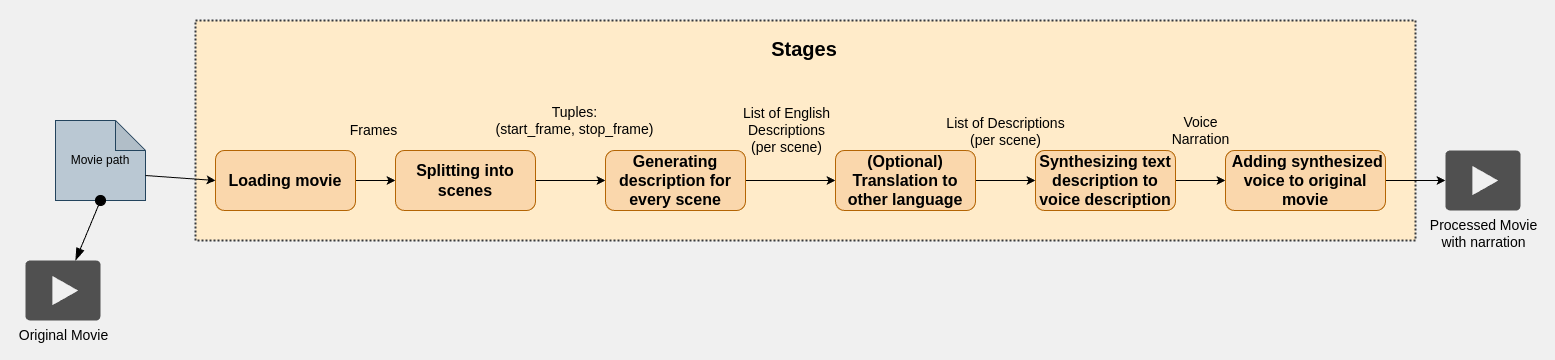
This is doc/img/Dataflow_Stages.png from BJankow/hackster.io-AI-video-narration-for-visually-impaired, a draw.io export, as it was before one commit. Source tidied: cells renumbered, new cells last; positions are measured from the earlier drawing's top-left corner, leaving out a move shared by most shapes.
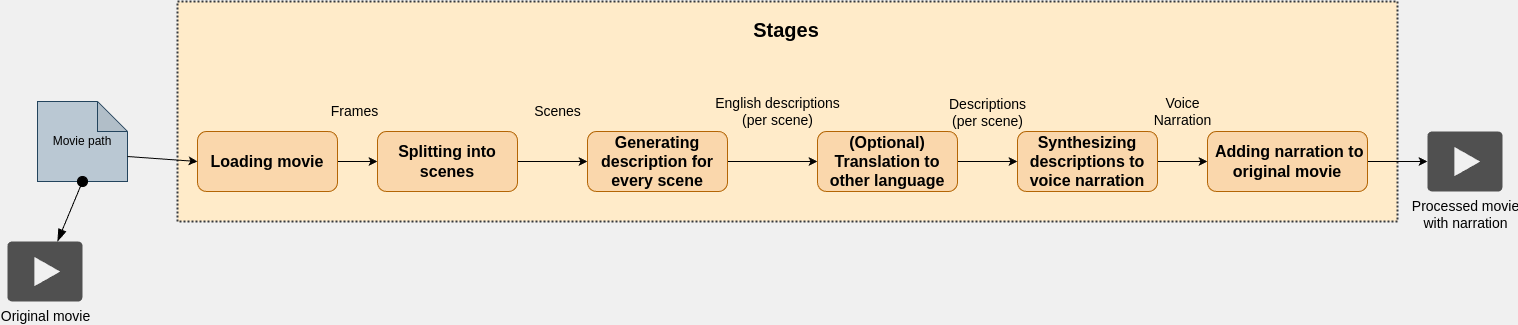
The same file after the commit.

Change to the diagram source:
```diff
@@ -19,14 +19,14 @@
     <mxCell id="6" style="rounded=0;jettySize=auto;html=1;entryX=0;entryY=0;entryDx=90;entryDy=55;entryPerimeter=0;endArrow=none;endFill=0;exitX=0;exitY=0.5;exitDx=0;exitDy=0;startArrow=classic;startFill=1;" parent="1" edge="1" source="4" target="5">
       <mxGeometry relative="1" as="geometry" />
     </mxCell>
-    <mxCell id="7" value="&lt;span style=&quot;font-size: 14px;&quot;&gt;Tuples:&lt;br&gt;(start_frame, stop_frame)&lt;/span&gt;" style="edgeStyle=orthogonalEdgeStyle;rounded=0;jettySize=auto;html=1;labelBackgroundColor=#FFEBC9;" parent="1" edge="1" source="8" target="10">
-      <mxGeometry x="0.11" y="60" relative="1" as="geometry" />
+    <mxCell id="7" value="&lt;div&gt;&lt;span style=&quot;font-size: 14px;&quot;&gt;Scenes&lt;/span&gt;&lt;/div&gt;" style="edgeStyle=orthogonalEdgeStyle;rounded=0;jettySize=auto;html=1;labelBackgroundColor=#FFEBC9;" parent="1" edge="1" source="8" target="10">
+      <mxGeometry x="0.14" y="50" relative="1" as="geometry" />
     </mxCell>
     <mxCell id="8" value="&lt;font style=&quot;font-size: 16px;&quot;&gt;&lt;b&gt;Splitting into scenes&lt;/b&gt;&lt;/font&gt;" style="rounded=1;whiteSpace=wrap;html=1;fillColor=#fad7ac;strokeColor=#b46504;" parent="1" vertex="1">
       <mxGeometry x="395" y="150" width="140" height="60" as="geometry" />
     </mxCell>
-    <mxCell id="9" value="&lt;div&gt;&lt;font style=&quot;font-size: 14px;&quot;&gt;List of English&lt;/font&gt;&lt;/div&gt;&lt;font style=&quot;font-size: 14px;&quot;&gt;Descriptions&lt;/font&gt;&lt;div&gt;&lt;font style=&quot;font-size: 14px;&quot;&gt;(per scene)&lt;/font&gt;&lt;/div&gt;" style="edgeStyle=orthogonalEdgeStyle;rounded=0;jettySize=auto;html=1;labelBackgroundColor=#FFEBC9;entryX=0;entryY=0.5;entryDx=0;entryDy=0;" parent="1" edge="1" source="10" target="19">
-      <mxGeometry x="-0.09" y="50" relative="1" as="geometry" />
+    <mxCell id="9" value="&lt;div&gt;&lt;font style=&quot;font-size: 14px;&quot;&gt;English d&lt;/font&gt;&lt;span style=&quot;font-size: 14px;&quot;&gt;escriptions&lt;/span&gt;&lt;/div&gt;&lt;div&gt;&lt;font style=&quot;font-size: 14px;&quot;&gt;(per scene)&lt;/font&gt;&lt;/div&gt;" style="edgeStyle=orthogonalEdgeStyle;rounded=0;jettySize=auto;html=1;labelBackgroundColor=#FFEBC9;entryX=0;entryY=0.5;entryDx=0;entryDy=0;" parent="1" edge="1" source="10" target="19">
+      <mxGeometry x="0.11" y="50" relative="1" as="geometry" />
     </mxCell>
     <mxCell id="10" value="&lt;font style=&quot;font-size: 16px;&quot;&gt;&lt;b&gt;Generating description for every scene&lt;/b&gt;&lt;/font&gt;" style="rounded=1;whiteSpace=wrap;html=1;fillColor=#fad7ac;strokeColor=#b46504;" parent="1" vertex="1">
       <mxGeometry x="605" y="150" width="140" height="60" as="geometry" />
@@ -34,16 +34,16 @@
     <mxCell id="11" value="&lt;div&gt;&lt;span style=&quot;font-size: 14px;&quot;&gt;Voice&lt;/span&gt;&lt;span style=&quot;font-size: 14px;&quot;&gt;&lt;br&gt;&lt;/span&gt;&lt;/div&gt;&lt;span style=&quot;font-size: 14px;&quot;&gt;Narration&lt;/span&gt;" style="edgeStyle=orthogonalEdgeStyle;rounded=0;jettySize=auto;html=1;labelBackgroundColor=#FFEBC9;exitX=1;exitY=0.5;exitDx=0;exitDy=0;" parent="1" edge="1" source="12" target="14">
       <mxGeometry y="50" relative="1" as="geometry" />
     </mxCell>
-    <mxCell id="12" value="&lt;font style=&quot;font-size: 16px;&quot;&gt;&lt;b&gt;Synthesizing text description to voice&amp;nbsp;&lt;/b&gt;&lt;/font&gt;&lt;b style=&quot;font-size: 16px;&quot;&gt;description&lt;/b&gt;" style="rounded=1;whiteSpace=wrap;html=1;fillColor=#fad7ac;strokeColor=#b46504;" parent="1" vertex="1">
+    <mxCell id="12" value="&lt;font style=&quot;font-size: 16px;&quot;&gt;&lt;b&gt;Synthesizing descriptions to voice narration&lt;/b&gt;&lt;/font&gt;" style="rounded=1;whiteSpace=wrap;html=1;fillColor=#fad7ac;strokeColor=#b46504;" parent="1" vertex="1">
       <mxGeometry x="1035" y="150" width="140" height="60" as="geometry" />
     </mxCell>
     <mxCell id="13" style="edgeStyle=orthogonalEdgeStyle;rounded=0;jettySize=auto;html=1;exitX=1;exitY=0.5;exitDx=0;exitDy=0;" parent="1" edge="1" source="14" target="15">
       <mxGeometry relative="1" as="geometry" />
     </mxCell>
-    <mxCell id="14" value="&lt;b&gt;&lt;font style=&quot;font-size: 16px;&quot;&gt;&amp;nbsp;Adding synthesized voice to original movie&lt;/font&gt;&lt;/b&gt;" style="rounded=1;whiteSpace=wrap;html=1;fillColor=#fad7ac;strokeColor=#b46504;" parent="1" vertex="1">
+    <mxCell id="14" value="&lt;b&gt;&lt;font style=&quot;font-size: 16px;&quot;&gt;&amp;nbsp;Adding narration to original movie&lt;/font&gt;&lt;/b&gt;" style="rounded=1;whiteSpace=wrap;html=1;fillColor=#fad7ac;strokeColor=#b46504;" parent="1" vertex="1">
       <mxGeometry x="1225" y="150" width="160" height="60" as="geometry" />
     </mxCell>
-    <mxCell id="15" value="&lt;font style=&quot;font-size: 14px;&quot;&gt;Processed Movie&lt;/font&gt;&lt;div&gt;&lt;font style=&quot;font-size: 14px;&quot;&gt;with narration&lt;/font&gt;&lt;/div&gt;" style="sketch=0;shadow=0;dashed=0;html=1;strokeColor=none;fillColor=#505050;labelPosition=center;verticalLabelPosition=bottom;verticalAlign=top;outlineConnect=0;align=center;shape=mxgraph.office.concepts.video_play;" parent="1" vertex="1">
+    <mxCell id="15" value="&lt;font style=&quot;font-size: 14px;&quot;&gt;Processed movie&lt;/font&gt;&lt;div&gt;&lt;font style=&quot;font-size: 14px;&quot;&gt;with narration&lt;/font&gt;&lt;/div&gt;" style="sketch=0;shadow=0;dashed=0;html=1;strokeColor=none;fillColor=#505050;labelPosition=center;verticalLabelPosition=bottom;verticalAlign=top;outlineConnect=0;align=center;shape=mxgraph.office.concepts.video_play;" parent="1" vertex="1">
       <mxGeometry x="1445" y="150" width="75" height="60" as="geometry" />
     </mxCell>
     <mxCell id="16" style="rounded=0;jettySize=auto;html=1;exitX=0.5;exitY=1;exitDx=0;exitDy=0;exitPerimeter=0;startArrow=oval;startFill=1;endArrow=blockThin;endFill=1;endSize=10;startSize=10;" parent="1" edge="1" source="5" target="20">
@@ -52,7 +52,7 @@
     <mxCell id="17" style="edgeStyle=orthogonalEdgeStyle;rounded=0;jettySize=auto;html=1;exitX=1;exitY=0.5;exitDx=0;exitDy=0;entryX=0;entryY=0.5;entryDx=0;entryDy=0;" parent="1" edge="1" source="19" target="12">
       <mxGeometry relative="1" as="geometry" />
     </mxCell>
-    <mxCell id="18" value="&lt;font style=&quot;font-size: 14px;&quot;&gt;List of Descriptions&lt;/font&gt;&lt;div style=&quot;font-size: 14px;&quot;&gt;&lt;font style=&quot;font-size: 14px;&quot;&gt;(per scene)&lt;/font&gt;&lt;/div&gt;" style="edgeLabel;html=1;align=center;verticalAlign=middle;labelBackgroundColor=#FFEBC9;" parent="17" vertex="1">
+    <mxCell id="18" value="&lt;font style=&quot;font-size: 14px;&quot;&gt;Descriptions&lt;/font&gt;&lt;div style=&quot;font-size: 14px;&quot;&gt;&lt;font style=&quot;font-size: 14px;&quot;&gt;(per scene)&lt;/font&gt;&lt;/div&gt;" style="edgeLabel;html=1;align=center;verticalAlign=middle;labelBackgroundColor=#FFEBC9;" parent="17" vertex="1">
       <mxGeometry x="-0.03" relative="1" as="geometry">
         <mxPoint y="-50" as="offset" />
       </mxGeometry>
@@ -60,11 +60,8 @@
     <mxCell id="19" value="&lt;span style=&quot;font-size: 16px;&quot;&gt;&lt;b&gt;(Optional)&lt;/b&gt;&lt;/span&gt;&lt;div&gt;&lt;span style=&quot;font-size: 16px;&quot;&gt;&lt;b&gt;Translation to other language&lt;/b&gt;&lt;/span&gt;&lt;/div&gt;" style="rounded=1;whiteSpace=wrap;html=1;fillColor=#fad7ac;strokeColor=#b46504;" parent="1" vertex="1">
       <mxGeometry x="835" y="150" width="140" height="60" as="geometry" />
     </mxCell>
-    <mxCell id="20" value="&lt;font style=&quot;font-size: 14px;&quot;&gt;Original Movie&lt;/font&gt;" style="sketch=0;shadow=0;dashed=0;html=1;strokeColor=none;fillColor=#505050;labelPosition=center;verticalLabelPosition=bottom;verticalAlign=top;outlineConnect=0;align=center;shape=mxgraph.office.concepts.video_play;" parent="1" vertex="1">
+    <mxCell id="20" value="&lt;font style=&quot;font-size: 14px;&quot;&gt;Original movie&lt;/font&gt;" style="sketch=0;shadow=0;dashed=0;html=1;strokeColor=none;fillColor=#505050;labelPosition=center;verticalLabelPosition=bottom;verticalAlign=top;outlineConnect=0;align=center;shape=mxgraph.office.concepts.video_play;" parent="1" vertex="1">
       <mxGeometry x="25" y="260" width="75" height="60" as="geometry" />
     </mxCell>
-    <mxCell id="21" style="rounded=0;whiteSpace=wrap;html=1;fillColor=none;dashed=1;strokeWidth=4;strokeColor=none;" parent="1" vertex="1">
-      <mxGeometry width="1555" height="360" as="geometry" />
-    </mxCell>
   </root>
 </mxGraphModel>
```
